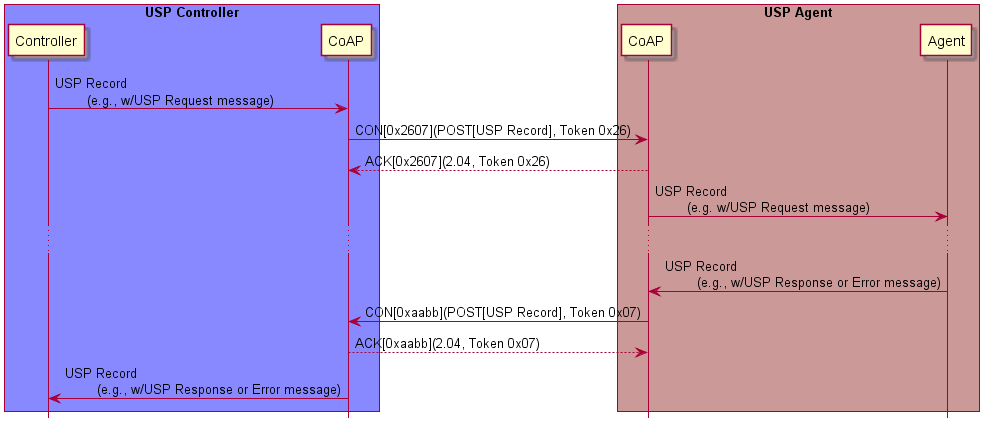
Above: specification/mtp/coap/usp-request-response-over-coap.png in BroadbandForum/usp (PlantUML), before the change.
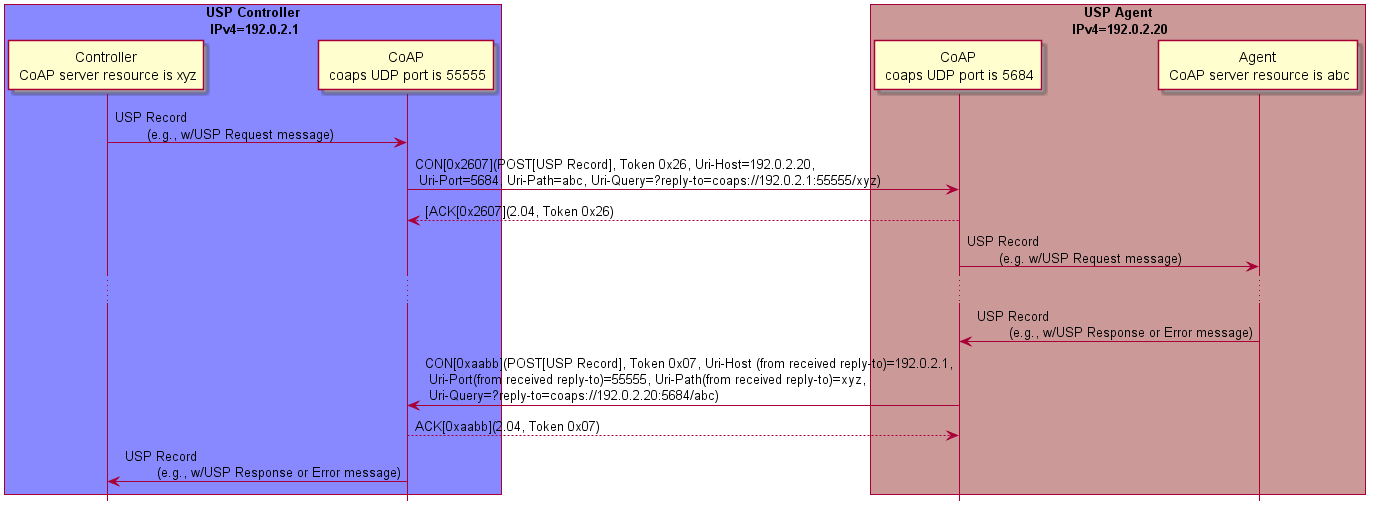
After the change.

Diff of the diagram source:
```diff
@@ -2,27 +2,27 @@
 
 hide footbox
 
-box "USP Controller" #8888FF
+box "USP Controller\n IPv4=192.0.2.1" #8888FF
 
-participant "Controller" as C
-participant "CoAP" as CC
+participant "Controller\n CoAP server resource is xyz" as C
+participant "CoAP\n coaps UDP port is 55555" as CC
 
 end box
 
-box "USP Agent" #cc9999
+box "USP Agent\n IPv4=192.0.2.20" #cc9999
 
-participant "CoAP" as CA
-participant "Agent" as A
+participant "CoAP\n coaps UDP port is 5684" as CA
+participant "Agent\n CoAP server resource is abc" as A
 
 end box
 
 C->CC : USP Record\n\t(e.g., w/USP Request message)
-CC->CA: CON[0x2607](POST[USP Record], Token 0x26)
-CC<--CA: ACK[0x2607](2.04, Token 0x26)
+CC->CA: CON[0x2607](POST[USP Record], Token 0x26, Uri-Host=192.0.2.20,\n Uri-Port=5684, Uri-Path=abc, Uri-Query=?reply-to=coaps://192.0.2.1:55555/xyz)
+CC<--CA: [ACK[0x2607](2.04, Token 0x26)
 CA->A : USP Record\n\t(e.g. w/USP Request message)
 ...
 CA<-A: USP Record\n\t(e.g., w/USP Response or Error message)
-CC<-CA: CON[0xaabb](POST[USP Record], Token 0x07)
+CC<-CA: CON[0xaabb](POST[USP Record], Token 0x07, Uri-Host (from received reply-to)=192.0.2.1,\n Uri-Port(from received reply-to)=55555, Uri-Path(from received reply-to)=xyz,\n Uri-Query=?reply-to=coaps://192.0.2.20:5684/abc)
 CC-->CA: ACK[0xaabb](2.04, Token 0x07)
 C<-CC: USP Record\n\t(e.g., w/USP Response or Error message)
 
```
